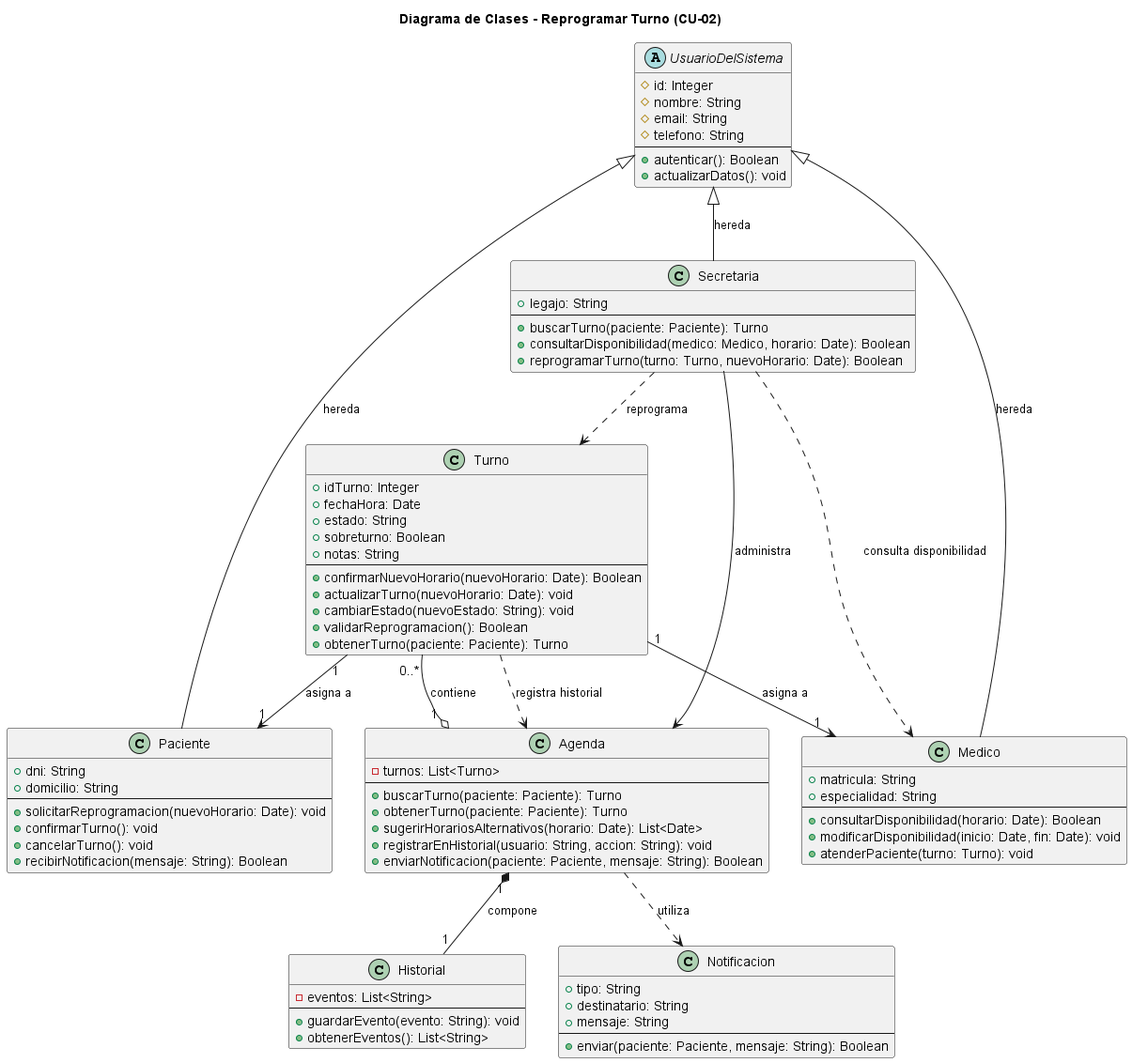
eternalnight04/SistemaTurnosMedicos keeps this PlantUML diagram as diagramas/01-diagrama-clases/02-clases-reprogramar-turno-02.png. Above is the earlier version. Source of this version:
```plantuml
@startuml
title Diagrama de Clases - Reprogramar Turno (CU-02)

abstract class UsuarioDelSistema {
  # id: Integer
  # nombre: String
  # email: String
  # telefono: String
  --
  + autenticar(): Boolean
  + actualizarDatos(): void
}


class Paciente {
  + dni: String
  + domicilio: String
  --
  + solicitarReprogramacion(nuevoHorario: Date): void
  + confirmarTurno(): void
  + cancelarTurno(): void
  + recibirNotificacion(mensaje: String): Boolean
}

class Secretaria {
  + legajo: String
  --
  + buscarTurno(paciente: Paciente): Turno
  + consultarDisponibilidad(medico: Medico, horario: Date): Boolean
  + reprogramarTurno(turno: Turno, nuevoHorario: Date): Boolean
}

class Medico {
  + matricula: String
  + especialidad: String
  --
  + consultarDisponibilidad(horario: Date): Boolean
  + modificarDisponibilidad(inicio: Date, fin: Date): void
  + atenderPaciente(turno: Turno): void
}

class Turno {
  + idTurno: Integer
  + fechaHora: Date
  + estado: String
  + sobreturno: Boolean
  + notas: String
  --
  + confirmarNuevoHorario(nuevoHorario: Date): Boolean
  + actualizarTurno(nuevoHorario: Date): void
  + cambiarEstado(nuevoEstado: String): void
  + validarReprogramacion(): Boolean
  + obtenerTurno(paciente: Paciente): Turno
}

class Agenda {
  - turnos: List<Turno>
  --
  + buscarTurno(paciente: Paciente): Turno
  + obtenerTurno(paciente: Paciente): Turno
  + sugerirHorariosAlternativos(horario: Date): List<Date>
  + registrarEnHistorial(usuario: String, accion: String): void
  + enviarNotificacion(paciente: Paciente, mensaje: String): Boolean
}


class Historial {
  - eventos: List<String>
  --
  + guardarEvento(evento: String): void
  + obtenerEventos(): List<String>
}

class Notificacion {
  + tipo: String
  + destinatario: String
  + mensaje: String
  --
  + enviar(paciente: Paciente, mensaje: String): Boolean
}


UsuarioDelSistema <|-- Paciente : hereda
UsuarioDelSistema <|-- Secretaria : hereda
UsuarioDelSistema <|-- Medico : hereda

Secretaria --> Agenda : administra
Secretaria ..> Medico : consulta disponibilidad
Secretaria ..> Turno : reprograma

Agenda "1" o-- "0..*" Turno : contiene
Agenda "1" *-- "1" Historial : compone
Agenda ..> Notificacion : utiliza

Turno "1" --> "1" Paciente : asigna a
Turno "1" --> "1" Medico : asigna a
Turno ..> Agenda : registra historial

@enduml
```
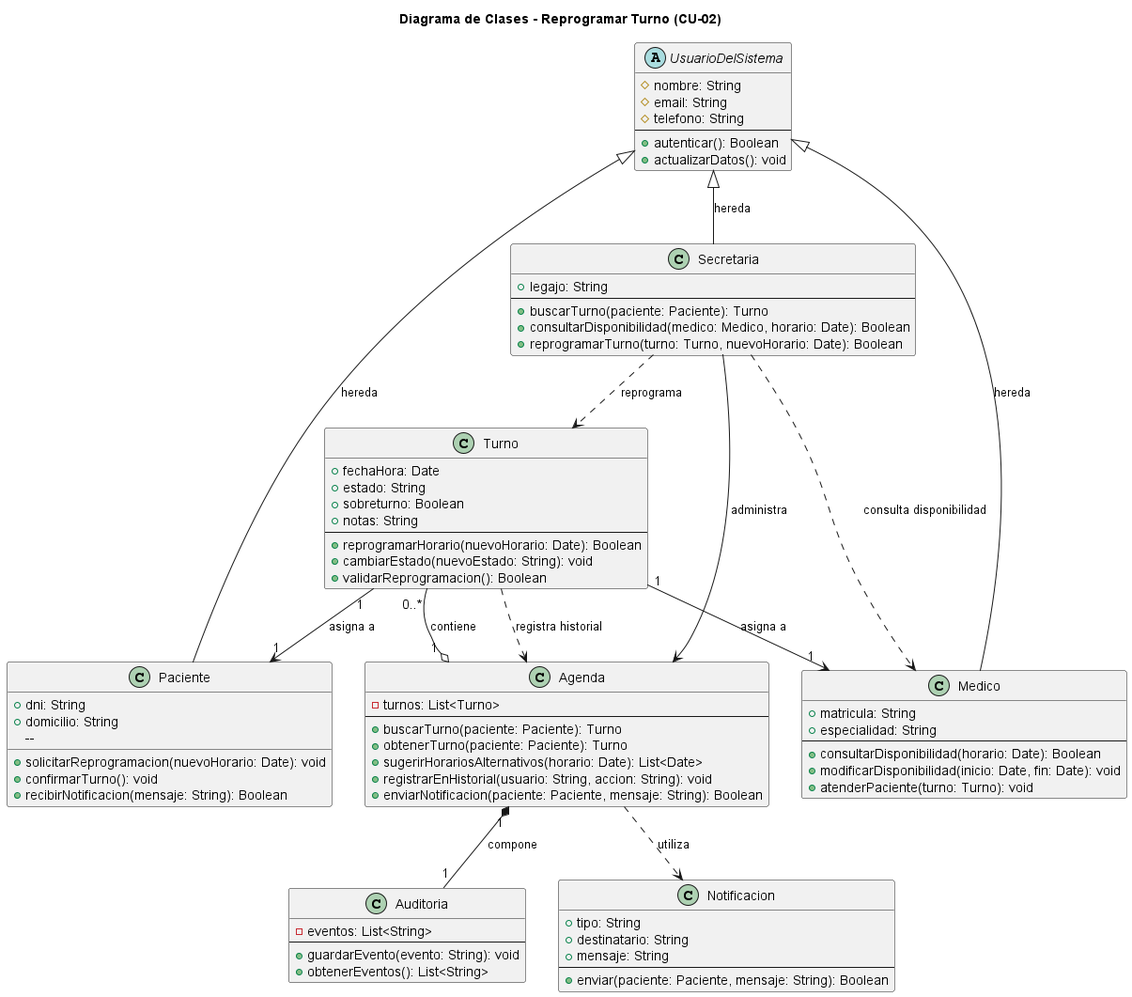
After the commit.

Commit message:
fix: corregidos diagramas y archivo analisis md de crear turno

The edit, as a diff of the source:
```diff
@@ -1,8 +1,8 @@
 @startuml
+
 title Diagrama de Clases - Reprogramar Turno (CU-02)
 
 abstract class UsuarioDelSistema {
-  # id: Integer
   # nombre: String
   # email: String
   # telefono: String
@@ -18,7 +18,6 @@
   --
   + solicitarReprogramacion(nuevoHorario: Date): void
   + confirmarTurno(): void
-  + cancelarTurno(): void
   + recibirNotificacion(mensaje: String): Boolean
 }
 
@@ -38,20 +37,17 @@
   + modificarDisponibilidad(inicio: Date, fin: Date): void
   + atenderPaciente(turno: Turno): void
 }
-
 class Turno {
-  + idTurno: Integer
   + fechaHora: Date
   + estado: String
   + sobreturno: Boolean
   + notas: String
   --
-  + confirmarNuevoHorario(nuevoHorario: Date): Boolean
-  + actualizarTurno(nuevoHorario: Date): void
+  + reprogramarHorario(nuevoHorario: Date): Boolean
   + cambiarEstado(nuevoEstado: String): void
   + validarReprogramacion(): Boolean
-  + obtenerTurno(paciente: Paciente): Turno
 }
+
 
 class Agenda {
   - turnos: List<Turno>
@@ -64,7 +60,7 @@
 }
 
 
-class Historial {
+class Auditoria {
   - eventos: List<String>
   --
   + guardarEvento(evento: String): void
@@ -89,7 +85,7 @@
 Secretaria ..> Turno : reprograma
 
 Agenda "1" o-- "0..*" Turno : contiene
-Agenda "1" *-- "1" Historial : compone
+Agenda "1" *-- "1" Auditoria : compone
 Agenda ..> Notificacion : utiliza
 
 Turno "1" --> "1" Paciente : asigna a
```
